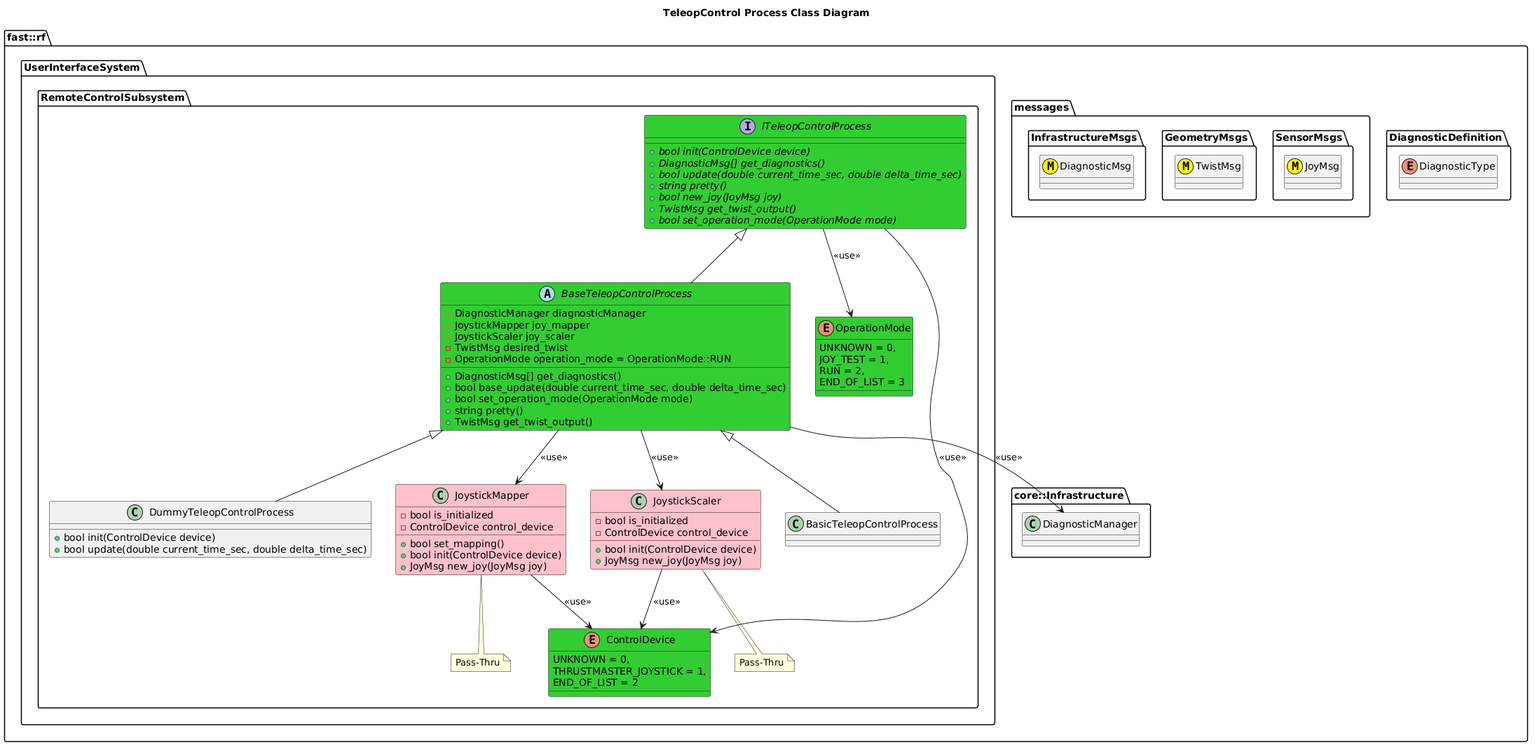
The PlantUML diagram Systems/UserInterface/Subsystems/RemoteControl/Processes/TeleopControl/doc/puml/TeleopControlProcessClassDiagram.png in fastrobotics/robot_framework, before a commit.
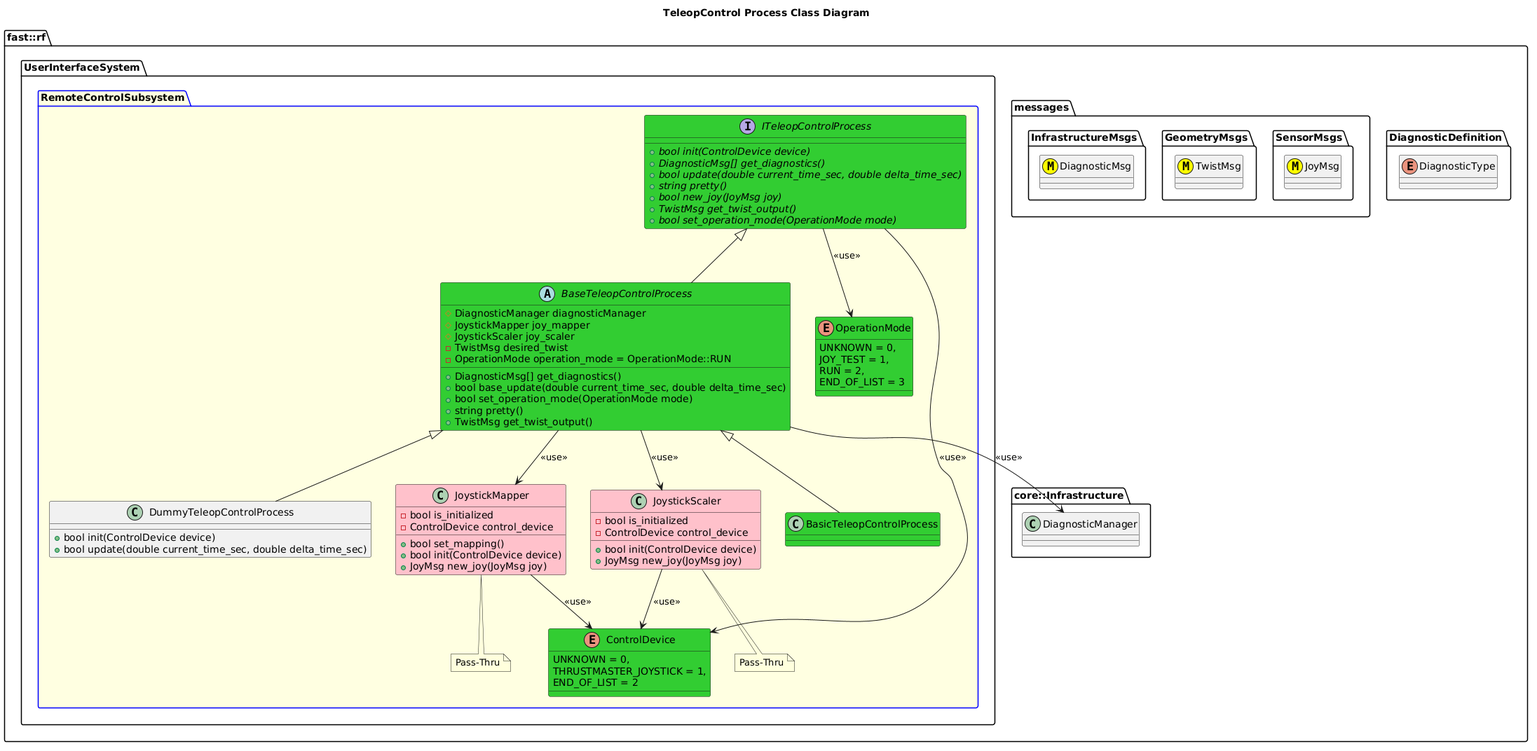
Above is the later version.

What changed in the source:
```diff
@@ -20,7 +20,7 @@
     class DiagnosticManager
   }
   namespace UserInterfaceSystem {
-    namespace RemoteControlSubsystem {
+    package RemoteControlSubsystem #LightYellow;line:blue {
       enum OperationMode #LimeGreen {
         UNKNOWN = 0,
         JOY_TEST = 1,
@@ -82,13 +82,14 @@
       BaseTeleopControlProcess --> JoystickMapper: <<use>>
       BaseTeleopControlProcess --> JoystickScaler: <<use>>
 
-      class BasicTeleopControlProcess
+      class BasicTeleopControlProcess #LimeGreen
       BasicTeleopControlProcess -up-|> BaseTeleopControlProcess
       class DummyTeleopControlProcess {
         +bool init(ControlDevice device)
         +bool update(double current_time_sec, double delta_time_sec)
       }
       DummyTeleopControlProcess -up-|> BaseTeleopControlProcess
+
     }
   }
 }
```
